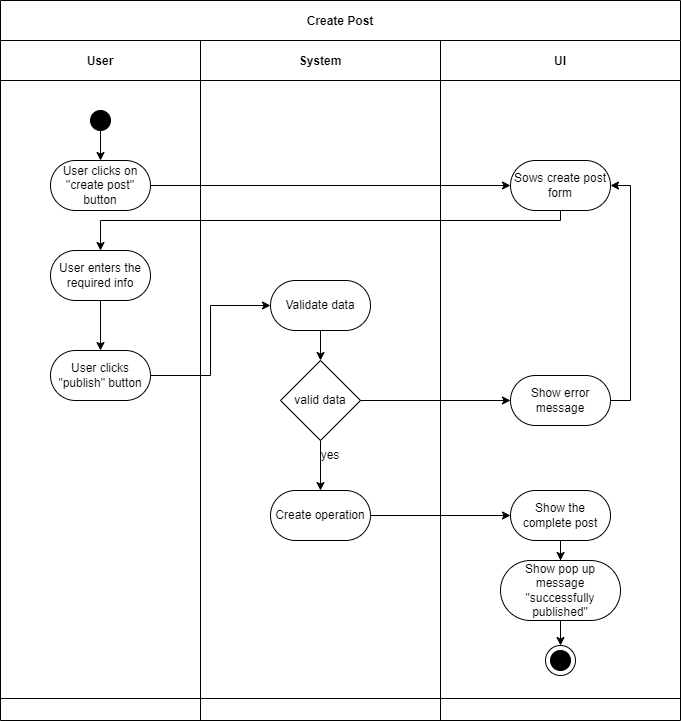
The draw.io diagram Assets/Create post drawio.drawio.png in millisom/GluGuide, before a commit. Source tidied: cells renumbered, new cells last; positions are measured from the earlier drawing's top-left corner, leaving out a move shared by most shapes.
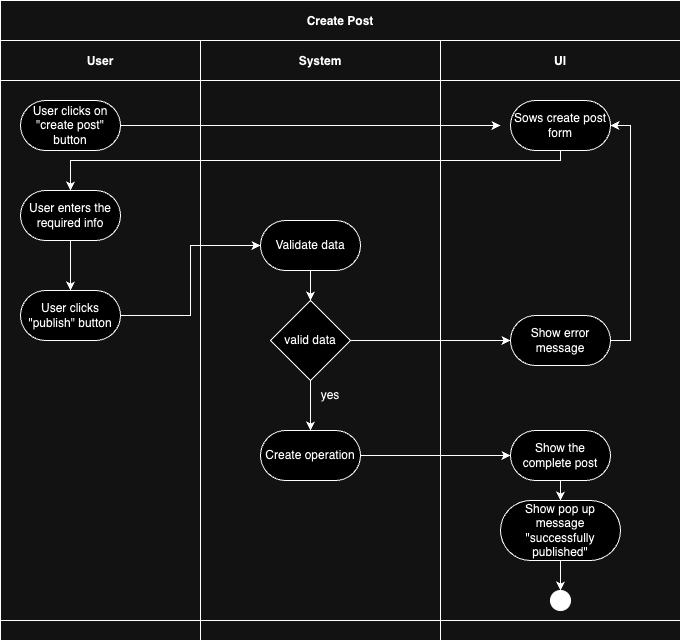
The same diagram one commit later.

The edit, as a diff of the source:
```diff
@@ -3,96 +3,84 @@
     <mxCell id="0" />
     <mxCell id="1" parent="0" />
     <mxCell id="2" value="Create Post" style="shape=table;startSize=40;fillColor=none;fontStyle=1;" parent="1" vertex="1">
-      <mxGeometry width="680" height="720" as="geometry" />
+      <mxGeometry width="680" height="640" as="geometry" />
     </mxCell>
     <mxCell id="3" style="shape=tableRow;horizontal=0;swimlaneHead=0;swimlaneBody=0;top=0;left=0;bottom=0;right=0;fillColor=none;startSize=0;fontStyle=1;" parent="2" vertex="1">
-      <mxGeometry y="40" width="680" height="658" as="geometry" />
+      <mxGeometry y="40" width="680" height="580" as="geometry" />
     </mxCell>
     <mxCell id="4" value="User" style="swimlane;swimlaneHead=0;swimlaneBody=0;fillColor=none;startSize=40;fontStyle=1;" parent="3" vertex="1">
-      <mxGeometry width="200" height="658" as="geometry" />
+      <mxGeometry width="200" height="580" as="geometry" />
     </mxCell>
     <mxCell id="5" value="User clicks on &quot;create post&quot; button" style="rounded=1;whiteSpace=wrap;html=1;arcSize=50;" parent="4" vertex="1">
-      <mxGeometry x="50" y="120" width="100" height="50" as="geometry" />
+      <mxGeometry x="20" y="60" width="100" height="50" as="geometry" />
     </mxCell>
     <mxCell id="6" style="edgeStyle=orthogonalEdgeStyle;rounded=0;jettySize=auto;html=1;" parent="4" edge="1" source="7" target="8">
-      <mxGeometry relative="1" as="geometry">
-        <Array as="points">
-          <mxPoint x="100" y="300" />
-          <mxPoint x="100" y="300" />
-        </Array>
-      </mxGeometry>
+      <mxGeometry relative="1" as="geometry" />
     </mxCell>
     <mxCell id="7" value="User enters the required info" style="rounded=1;whiteSpace=wrap;html=1;arcSize=50;" parent="4" vertex="1">
-      <mxGeometry x="50" y="210" width="100" height="50" as="geometry" />
+      <mxGeometry x="20" y="150" width="100" height="50" as="geometry" />
     </mxCell>
     <mxCell id="8" value="User clicks &quot;publish&quot; button" style="rounded=1;whiteSpace=wrap;html=1;arcSize=50;" parent="4" vertex="1">
-      <mxGeometry x="50" y="310" width="100" height="50" as="geometry" />
+      <mxGeometry x="20" y="250" width="100" height="50" as="geometry" />
     </mxCell>
-    <mxCell id="9" style="edgeStyle=none;html=1;" parent="4" edge="1" source="10" target="5">
-      <mxGeometry relative="1" as="geometry" />
-    </mxCell>
-    <mxCell id="10" style="ellipse;whiteSpace=wrap;html=1;fillColor=#000000;" parent="4" vertex="1">
-      <mxGeometry x="90" y="70" width="20" height="20" as="geometry" />
-    </mxCell>
     <mxCell id="11" value="System" style="swimlane;swimlaneHead=0;swimlaneBody=0;fillColor=none;startSize=40;fontStyle=1;" parent="3" vertex="1">
-      <mxGeometry x="200" width="240" height="658" as="geometry" />
+      <mxGeometry x="200" width="240" height="580" as="geometry" />
     </mxCell>
     <mxCell id="12" style="edgeStyle=orthogonalEdgeStyle;rounded=0;jettySize=auto;html=1;" parent="11" edge="1" source="13" target="15">
       <mxGeometry relative="1" as="geometry" />
     </mxCell>
     <mxCell id="13" value="Validate data" style="rounded=1;whiteSpace=wrap;html=1;arcSize=50;" parent="11" vertex="1">
-      <mxGeometry x="70" y="240" width="100" height="50" as="geometry" />
+      <mxGeometry x="60" y="180" width="100" height="50" as="geometry" />
     </mxCell>
     <mxCell id="14" style="edgeStyle=orthogonalEdgeStyle;rounded=0;jettySize=auto;html=1;" parent="11" edge="1" source="15" target="16">
       <mxGeometry relative="1" as="geometry" />
     </mxCell>
     <mxCell id="15" value="valid data" style="rhombus;whiteSpace=wrap;html=1;" parent="11" vertex="1">
-      <mxGeometry x="80" y="320" width="80" height="80" as="geometry" />
+      <mxGeometry x="70" y="260" width="80" height="80" as="geometry" />
     </mxCell>
     <mxCell id="16" value="Create operation" style="rounded=1;whiteSpace=wrap;html=1;arcSize=50;" parent="11" vertex="1">
-      <mxGeometry x="70" y="450" width="100" height="50" as="geometry" />
+      <mxGeometry x="60" y="390" width="100" height="50" as="geometry" />
     </mxCell>
     <mxCell id="17" value="yes" style="text;html=1;align=center;verticalAlign=middle;whiteSpace=wrap;rounded=0;" parent="11" vertex="1">
-      <mxGeometry x="100" y="400" width="60" height="30" as="geometry" />
+      <mxGeometry x="100" y="340" width="60" height="30" as="geometry" />
     </mxCell>
     <mxCell id="18" value="UI" style="swimlane;swimlaneHead=0;swimlaneBody=0;fillColor=none;startSize=40;fontStyle=1;" parent="3" vertex="1">
-      <mxGeometry x="440" width="240" height="658" as="geometry" />
+      <mxGeometry x="440" width="240" height="580" as="geometry" />
     </mxCell>
     <mxCell id="19" value="Sows create post form" style="rounded=1;whiteSpace=wrap;html=1;arcSize=50;" parent="18" vertex="1">
-      <mxGeometry x="70" y="120" width="100" height="50" as="geometry" />
+      <mxGeometry x="70" y="60" width="100" height="50" as="geometry" />
     </mxCell>
     <mxCell id="20" style="edgeStyle=orthogonalEdgeStyle;rounded=0;jettySize=auto;html=1;exitX=1;exitY=0.5;exitDx=0;exitDy=0;entryX=1;entryY=0.5;entryDx=0;entryDy=0;" parent="18" edge="1" source="21" target="19">
       <mxGeometry relative="1" as="geometry" />
     </mxCell>
     <mxCell id="21" value="Show error message" style="rounded=1;whiteSpace=wrap;html=1;arcSize=50;" parent="18" vertex="1">
-      <mxGeometry x="70" y="335" width="100" height="50" as="geometry" />
+      <mxGeometry x="70" y="275" width="100" height="50" as="geometry" />
     </mxCell>
     <mxCell id="22" style="edgeStyle=orthogonalEdgeStyle;rounded=0;jettySize=auto;html=1;" parent="18" edge="1" source="23" target="25">
       <mxGeometry relative="1" as="geometry" />
     </mxCell>
     <mxCell id="23" value="Show the complete post" style="rounded=1;whiteSpace=wrap;html=1;arcSize=50;" parent="18" vertex="1">
-      <mxGeometry x="70" y="450" width="100" height="50" as="geometry" />
+      <mxGeometry x="70" y="390" width="100" height="50" as="geometry" />
     </mxCell>
-    <mxCell id="24" style="edgeStyle=orthogonalEdgeStyle;rounded=0;jettySize=auto;html=1;entryX=0.5;entryY=0;entryDx=0;entryDy=0;" parent="18" edge="1" source="25" target="27">
+    <mxCell id="24" style="edgeStyle=orthogonalEdgeStyle;rounded=0;jettySize=auto;html=1;" parent="18" edge="1" source="25" target="26">
       <mxGeometry relative="1" as="geometry" />
     </mxCell>
     <mxCell id="25" value="Show pop up message &quot;successfully published&quot;" style="whiteSpace=wrap;html=1;rounded=1;arcSize=50;" parent="18" vertex="1">
-      <mxGeometry x="60" y="520" width="120" height="60" as="geometry" />
+      <mxGeometry x="60" y="460" width="120" height="60" as="geometry" />
     </mxCell>
     <mxCell id="26" style="ellipse;whiteSpace=wrap;html=1;fillColor=#000000;" parent="18" vertex="1">
-      <mxGeometry x="110" y="610" width="20" height="20" as="geometry" />
+      <mxGeometry x="110" y="550" width="20" height="20" as="geometry" />
     </mxCell>
-    <mxCell id="27" style="ellipse;whiteSpace=wrap;html=1;fillColor=none;" parent="18" vertex="1">
-      <mxGeometry x="105" y="605" width="30" height="30" as="geometry" />
-    </mxCell>
-    <mxCell id="28" style="edgeStyle=orthogonalEdgeStyle;rounded=0;jettySize=auto;html=1;entryX=0;entryY=0.5;entryDx=0;entryDy=0;" parent="3" edge="1" source="5" target="19">
-      <mxGeometry relative="1" as="geometry" />
+    <mxCell id="28" style="edgeStyle=orthogonalEdgeStyle;rounded=0;jettySize=auto;html=1;entryX=0;entryY=0.5;entryDx=0;entryDy=0;" parent="3" edge="1" source="5">
+      <mxGeometry relative="1" as="geometry">
+        <mxPoint x="500" y="85" as="targetPoint" />
+      </mxGeometry>
     </mxCell>
     <mxCell id="29" style="edgeStyle=orthogonalEdgeStyle;rounded=0;jettySize=auto;html=1;" parent="3" edge="1" source="19" target="7">
       <mxGeometry relative="1" as="geometry">
         <Array as="points">
-          <mxPoint x="560" y="180" />
-          <mxPoint x="100" y="180" />
+          <mxPoint x="560" y="120" />
+          <mxPoint x="70" y="120" />
         </Array>
       </mxGeometry>
     </mxCell>
@@ -106,16 +94,16 @@
       <mxGeometry relative="1" as="geometry" />
     </mxCell>
     <mxCell id="33" style="shape=tableRow;horizontal=0;swimlaneHead=0;swimlaneBody=0;top=0;left=0;bottom=0;right=0;fillColor=none;startSize=0;fontStyle=1;" parent="2" vertex="1">
-      <mxGeometry y="698" width="680" height="22" as="geometry" />
+      <mxGeometry y="620" width="680" height="20" as="geometry" />
     </mxCell>
     <mxCell id="34" style="swimlane;swimlaneHead=0;swimlaneBody=0;fillColor=none;startSize=0;fontStyle=1;" parent="33" vertex="1">
-      <mxGeometry width="200" height="22" as="geometry" />
+      <mxGeometry width="200" height="20" as="geometry" />
     </mxCell>
     <mxCell id="35" style="swimlane;swimlaneHead=0;swimlaneBody=0;fillColor=none;startSize=0;fontStyle=1;" parent="33" vertex="1">
-      <mxGeometry x="200" width="240" height="22" as="geometry" />
+      <mxGeometry x="200" width="240" height="20" as="geometry" />
     </mxCell>
     <mxCell id="36" style="swimlane;swimlaneHead=0;swimlaneBody=0;fillColor=none;startSize=0;fontStyle=1;" parent="33" vertex="1">
-      <mxGeometry x="440" width="240" height="22" as="geometry" />
+      <mxGeometry x="440" width="240" height="20" as="geometry" />
     </mxCell>
   </root>
 </mxGraphModel>
```
